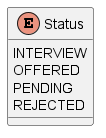
The PlantUML diagram docs/images/StatusClassDiagram.png in nus-cs2103-AY2223S1/tp, before a commit. Source of this version:
```plantuml
@startuml
enum Status {
    INTERVIEW
    OFFERED
    PENDING
    REJECTED
}
@enduml
```
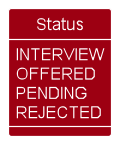
Above is the later version.

Commit message:
Fix Status UML diagram style

What changed in the source:
```diff
@@ -1,4 +1,8 @@
 @startuml
+!include style.puml
+skinparam classBackgroundColor MODEL_COLOR
+show members
+
 enum Status {
     INTERVIEW
     OFFERED
```
